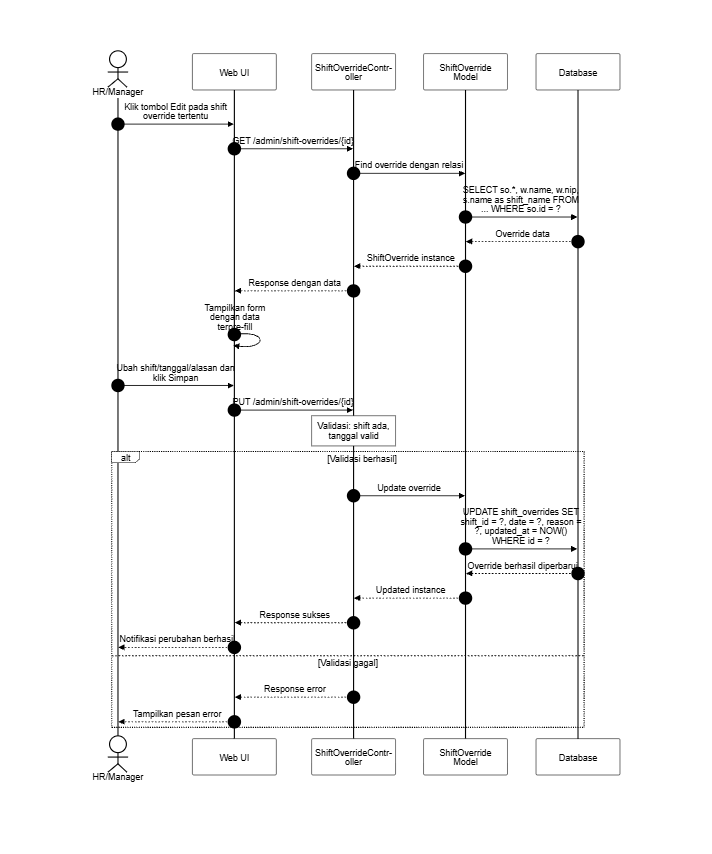
The Mermaid diagram docs/SequenceDiagram/PNG_Transparent/KelolaShiftOverride-UpdateShift.png in SulaimanHafi23/SimpegRSHDI, before a commit. Its source is kept beside it as docs/SequenceDiagram/KelolaShiftOverride-UpdateShift.mermaid. Source of this version:
```mermaid
---
id: KelolaShiftOverride-UbahShiftOverride
title: Kelola Shift Override - Ubah Shift Override
---
%%{init: {"theme": "base", "themeVariables": {"background": "#dddddd", "primaryColor": "#ffffff", "primaryBorderColor": "#000000", "primaryTextColor": "#000000", "lineColor": "#000000", "textColor": "#000000", "actorBkg": "#ffffff", "actorBorder": "#000000", "actorTextColor": "#000000", "activationBkgColor": "#ffffff", "activationBorderColor": "#000000", "signalColor": "#000000", "signalTextColor": "#000000", "labelBoxBkgColor": "#ffffff", "labelBoxBorderColor": "#000000", "labelTextColor": "#000000", "sequenceNumberColor": "#000000", "noteBkgColor": "#ffffff", "noteBorderColor": "#000000", "noteTextColor": "#000000"}, "sequence": {"useMaxWidth": true, "wrap": true, "messageFontSize": 12, "noteFontSize": 12}}}%%
sequenceDiagram
    autonumber
    actor HR as HR/Manager
    participant UI as Web UI
    participant C as ShiftOverrideController
    participant SO as ShiftOverride Model
    participant DB as Database

    HR->>UI: Klik tombol Edit pada shift override tertentu
    UI->>C: GET /admin/shift-overrides/{id}
    C->>SO: Find override dengan relasi
    SO->>DB: SELECT so.*, w.name, w.nip, s.name as shift_name FROM ... WHERE so.id = ?
    DB-->>SO: Override data
    SO-->>C: ShiftOverride instance
    C-->>UI: Response dengan data
    UI->>UI: Tampilkan form dengan data terpre-fill
    HR->>UI: Ubah shift/tanggal/alasan dan klik Simpan
    UI->>C: PUT /admin/shift-overrides/{id}
    note over C: Validasi: shift ada, tanggal valid
    alt Validasi berhasil
        C->>SO: Update override
        SO->>DB: UPDATE shift_overrides SET shift_id = ?, date = ?, reason = ?, updated_at = NOW() WHERE id = ?
        DB-->>SO: Override berhasil diperbarui
        SO-->>C: Updated instance
        C-->>UI: Response sukses
        UI-->>HR: Notifikasi perubahan berhasil
    else Validasi gagal
        C-->>UI: Response error
        UI-->>HR: Tampilkan pesan error
    end
```
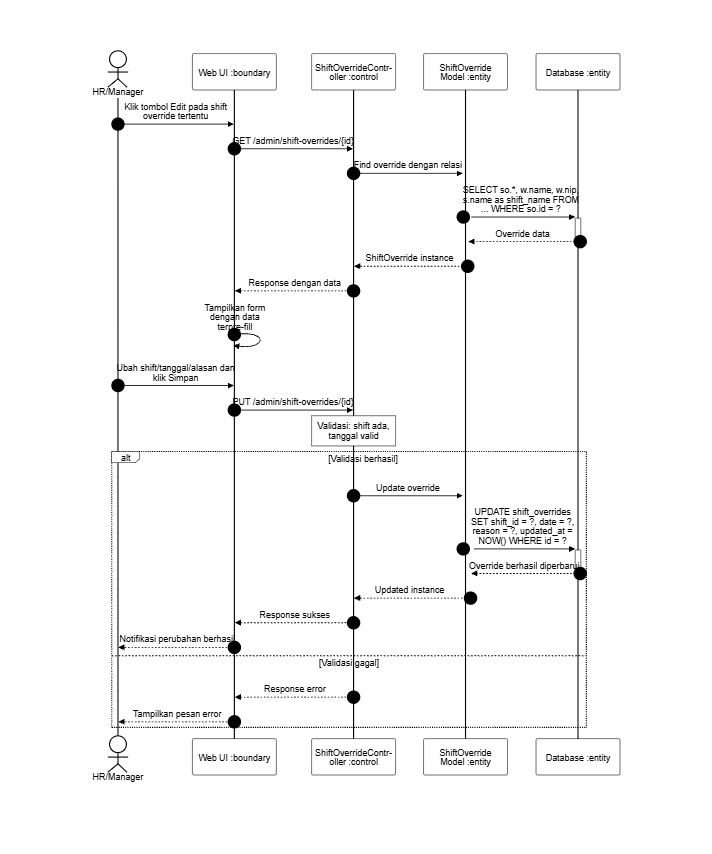
After the change.

The edit, as a diff of the source:
```diff
@@ -6,16 +6,16 @@
 sequenceDiagram
     autonumber
     actor HR as HR/Manager
-    participant UI as Web UI
-    participant C as ShiftOverrideController
-    participant SO as ShiftOverride Model
-    participant DB as Database
+    participant UI as Web UI :boundary
+    participant C as ShiftOverrideController :control
+    participant SO as ShiftOverride Model :entity
+    participant DB as Database :entity
 
     HR->>UI: Klik tombol Edit pada shift override tertentu
     UI->>C: GET /admin/shift-overrides/{id}
-    C->>SO: Find override dengan relasi
-    SO->>DB: SELECT so.*, w.name, w.nip, s.name as shift_name FROM ... WHERE so.id = ?
-    DB-->>SO: Override data
+    C->>+SO: Find override dengan relasi
+    SO->>+DB: SELECT so.*, w.name, w.nip, s.name as shift_name FROM ... WHERE so.id = ?
+    DB-->>-SO: Override data
     SO-->>C: ShiftOverride instance
     C-->>UI: Response dengan data
     UI->>UI: Tampilkan form dengan data terpre-fill
@@ -23,9 +23,9 @@
     UI->>C: PUT /admin/shift-overrides/{id}
     note over C: Validasi: shift ada, tanggal valid
     alt Validasi berhasil
-        C->>SO: Update override
-        SO->>DB: UPDATE shift_overrides SET shift_id = ?, date = ?, reason = ?, updated_at = NOW() WHERE id = ?
-        DB-->>SO: Override berhasil diperbarui
+        C->>+SO: Update override
+        SO->>+DB: UPDATE shift_overrides SET shift_id = ?, date = ?, reason = ?, updated_at = NOW() WHERE id = ?
+        DB-->>-SO: Override berhasil diperbarui
         SO-->>C: Updated instance
         C-->>UI: Response sukses
         UI-->>HR: Notifikasi perubahan berhasil
```
